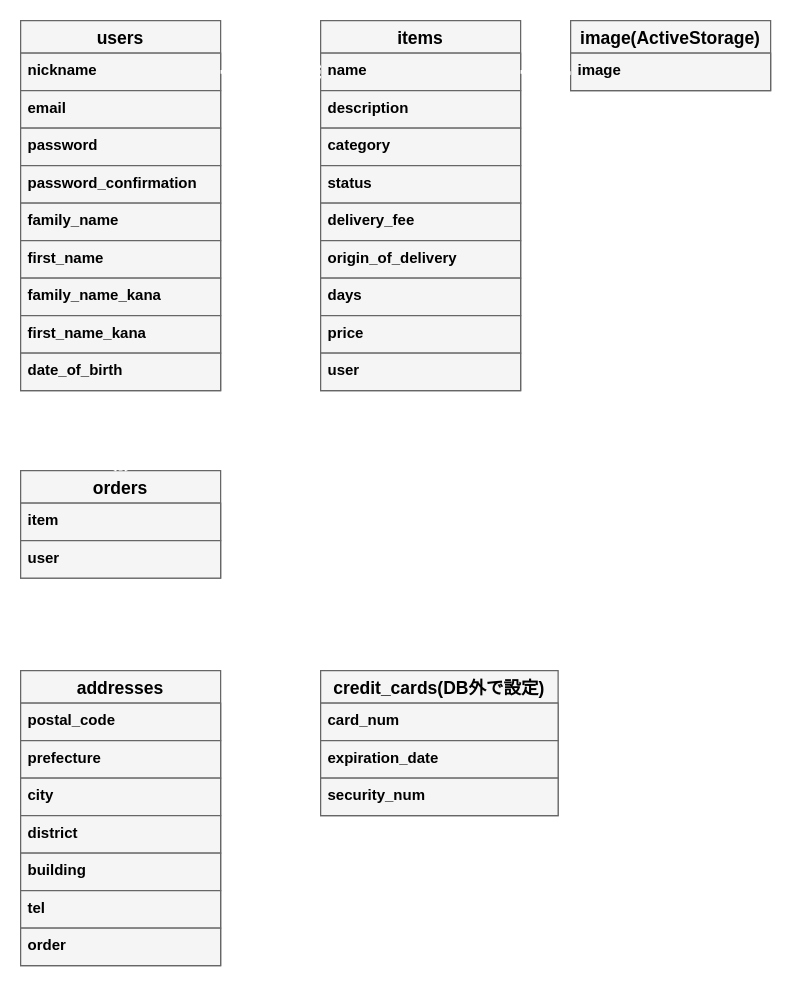
kentoshiohara/furima-38883 keeps this draw.io diagram as .dio. Above is the earlier version. Source tidied: cells renumbered, new cells numbered last; positions are measured from the earlier drawing's top-left corner, leaving out a move shared by most shapes. Both pictures are drawn from the tidied source at 125%, with x=0, y=0 at pixel (20, 20).
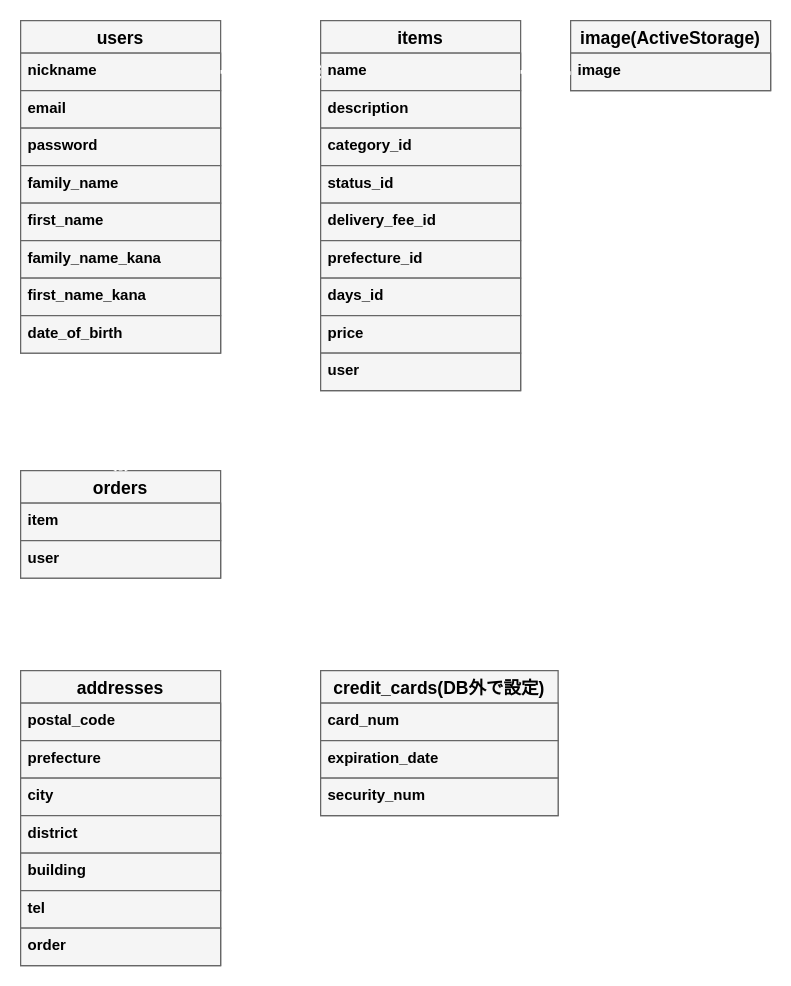
After the change.

Commit message:
ER図の再修正

The change refers to these unchanged cells:
```xml
<mxCell id="13" value="items" style="swimlane;fontStyle=1;horizontal=1;startSize=26;align=center;fontSize=14;fontColor=#000000;fillColor=#f5f5f5;strokeColor=#666666;" parent="1" vertex="1">
  <mxGeometry x="240" width="160" height="296" as="geometry" />
</mxCell>
```

Diff of the diagram source:
```diff
@@
     <mxCell id="3" value="users" style="swimlane;fontStyle=1;horizontal=1;startSize=26;align=center;fontSize=14;fillColor=#f5f5f5;fontColor=#000000;strokeColor=#666666;" parent="1" vertex="1">
-      <mxGeometry width="160" height="296" as="geometry" />
+      <mxGeometry width="160" height="266" as="geometry" />
     </mxCell>
@@
-    <mxCell id="7" value="password_confirmation" style="text;strokeColor=#666666;fillColor=#f5f5f5;spacingLeft=4;spacingRight=4;overflow=hidden;fontSize=12;fontStyle=1;fontColor=#000000;" parent="3" vertex="1">
-      <mxGeometry y="116" width="160" height="30" as="geometry" />
-    </mxCell>
     <mxCell id="8" value="family_name" style="text;strokeColor=#666666;fillColor=#f5f5f5;spacingLeft=4;spacingRight=4;overflow=hidden;fontSize=12;fontStyle=1;fontColor=#000000;" parent="3" vertex="1">
-      <mxGeometry y="146" width="160" height="30" as="geometry" />
+      <mxGeometry y="116" width="160" height="30" as="geometry" />
     </mxCell>
     <mxCell id="9" value="first_name" style="text;strokeColor=#666666;fillColor=#f5f5f5;spacingLeft=4;spacingRight=4;overflow=hidden;fontSize=12;fontStyle=1;fontColor=#000000;" parent="3" vertex="1">
-      <mxGeometry y="176" width="160" height="30" as="geometry" />
+      <mxGeometry y="146" width="160" height="30" as="geometry" />
     </mxCell>
     <mxCell id="10" value="family_name_kana" style="text;strokeColor=#666666;fillColor=#f5f5f5;spacingLeft=4;spacingRight=4;overflow=hidden;fontSize=12;fontStyle=1;fontColor=#000000;" parent="3" vertex="1">
-      <mxGeometry y="206" width="160" height="30" as="geometry" />
+      <mxGeometry y="176" width="160" height="30" as="geometry" />
     </mxCell>
     <mxCell id="11" value="first_name_kana" style="text;strokeColor=#666666;fillColor=#f5f5f5;spacingLeft=4;spacingRight=4;overflow=hidden;fontSize=12;fontStyle=1;fontColor=#000000;" parent="3" vertex="1">
-      <mxGeometry y="236" width="160" height="30" as="geometry" />
+      <mxGeometry y="206" width="160" height="30" as="geometry" />
     </mxCell>
     <mxCell id="12" value="date_of_birth" style="text;strokeColor=#666666;fillColor=#f5f5f5;spacingLeft=4;spacingRight=4;overflow=hidden;fontSize=12;fontStyle=1;fontColor=#000000;" parent="3" vertex="1">
-      <mxGeometry y="266" width="160" height="30" as="geometry" />
+      <mxGeometry y="236" width="160" height="30" as="geometry" />
     </mxCell>
@@
-    <mxCell id="16" value="category" style="text;strokeColor=#666666;fillColor=#f5f5f5;spacingLeft=4;spacingRight=4;overflow=hidden;fontSize=12;fontStyle=1;fontColor=#000000;" parent="13" vertex="1">
+    <mxCell id="16" value="category_id" style="text;strokeColor=#666666;fillColor=#f5f5f5;spacingLeft=4;spacingRight=4;overflow=hidden;fontSize=12;fontStyle=1;fontColor=#000000;" parent="13" vertex="1">
       <mxGeometry y="86" width="160" height="30" as="geometry" />
     </mxCell>
-    <mxCell id="17" value="status" style="text;strokeColor=#666666;fillColor=#f5f5f5;spacingLeft=4;spacingRight=4;overflow=hidden;fontSize=12;fontStyle=1;fontColor=#000000;" parent="13" vertex="1">
+    <mxCell id="17" value="status_id" style="text;strokeColor=#666666;fillColor=#f5f5f5;spacingLeft=4;spacingRight=4;overflow=hidden;fontSize=12;fontStyle=1;fontColor=#000000;" parent="13" vertex="1">
       <mxGeometry y="116" width="160" height="30" as="geometry" />
     </mxCell>
-    <mxCell id="18" value="delivery_fee  " style="text;strokeColor=#666666;fillColor=#f5f5f5;spacingLeft=4;spacingRight=4;overflow=hidden;fontSize=12;fontStyle=1;fontColor=#000000;" parent="13" vertex="1">
+    <mxCell id="18" value="delivery_fee_id  " style="text;strokeColor=#666666;fillColor=#f5f5f5;spacingLeft=4;spacingRight=4;overflow=hidden;fontSize=12;fontStyle=1;fontColor=#000000;" parent="13" vertex="1">
       <mxGeometry y="146" width="160" height="30" as="geometry" />
     </mxCell>
-    <mxCell id="19" value="origin_of_delivery" style="text;strokeColor=#666666;fillColor=#f5f5f5;spacingLeft=4;spacingRight=4;overflow=hidden;fontSize=12;fontStyle=1;fontColor=#000000;" parent="13" vertex="1">
+    <mxCell id="19" value="prefecture_id" style="text;strokeColor=#666666;fillColor=#f5f5f5;spacingLeft=4;spacingRight=4;overflow=hidden;fontSize=12;fontStyle=1;fontColor=#000000;" parent="13" vertex="1">
       <mxGeometry y="176" width="160" height="30" as="geometry" />
     </mxCell>
-    <mxCell id="20" value="days" style="text;strokeColor=#666666;fillColor=#f5f5f5;spacingLeft=4;spacingRight=4;overflow=hidden;fontSize=12;fontStyle=1;fontColor=#000000;" parent="13" vertex="1">
+    <mxCell id="20" value="days_id" style="text;strokeColor=#666666;fillColor=#f5f5f5;spacingLeft=4;spacingRight=4;overflow=hidden;fontSize=12;fontStyle=1;fontColor=#000000;" parent="13" vertex="1">
       <mxGeometry y="206" width="160" height="30" as="geometry" />
     </mxCell>
```
